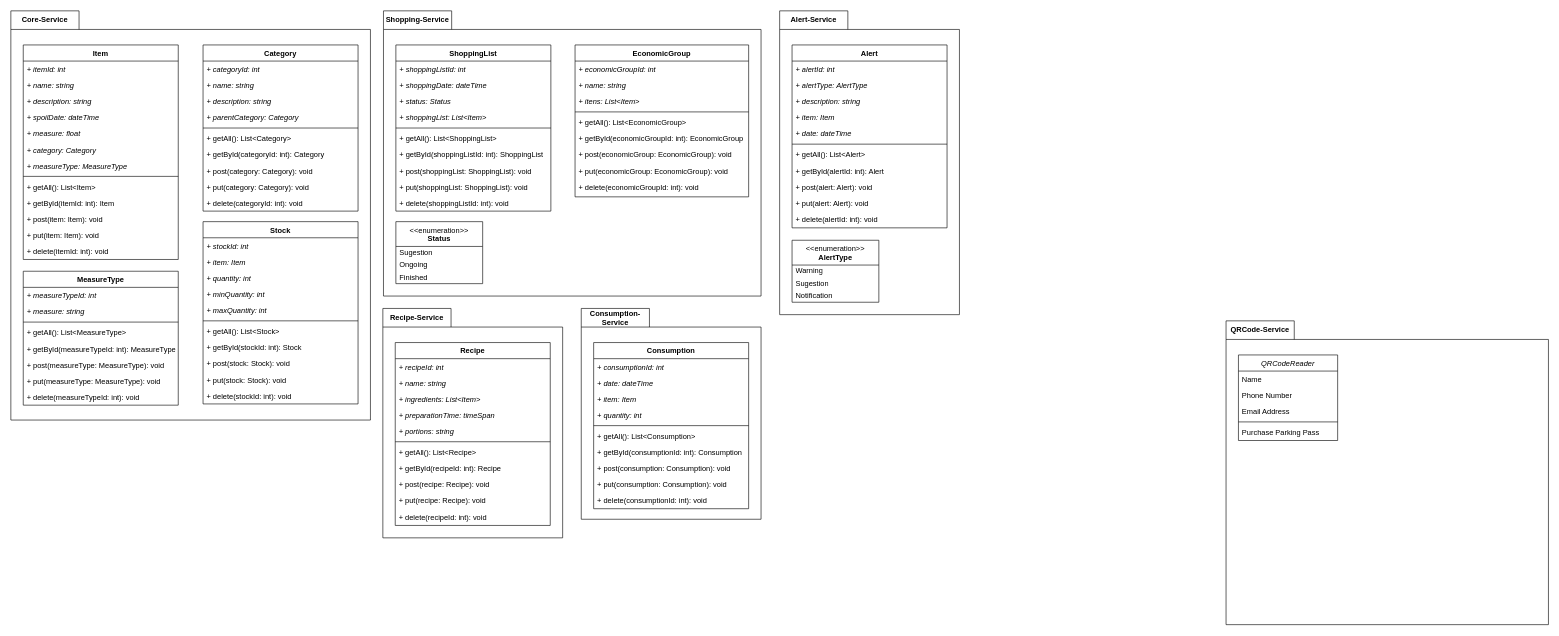
Earlier version of the draw.io diagram FoodStock - Class Diagram.drawio (Contii/FoodStock). Source tidied: cells renumbered, new cells numbered last; positions are measured from the earlier drawing's top-left corner, leaving out a move shared by most shapes. Both pictures are drawn from the tidied source at 62%, with x=0, y=0 at pixel (11, 11).
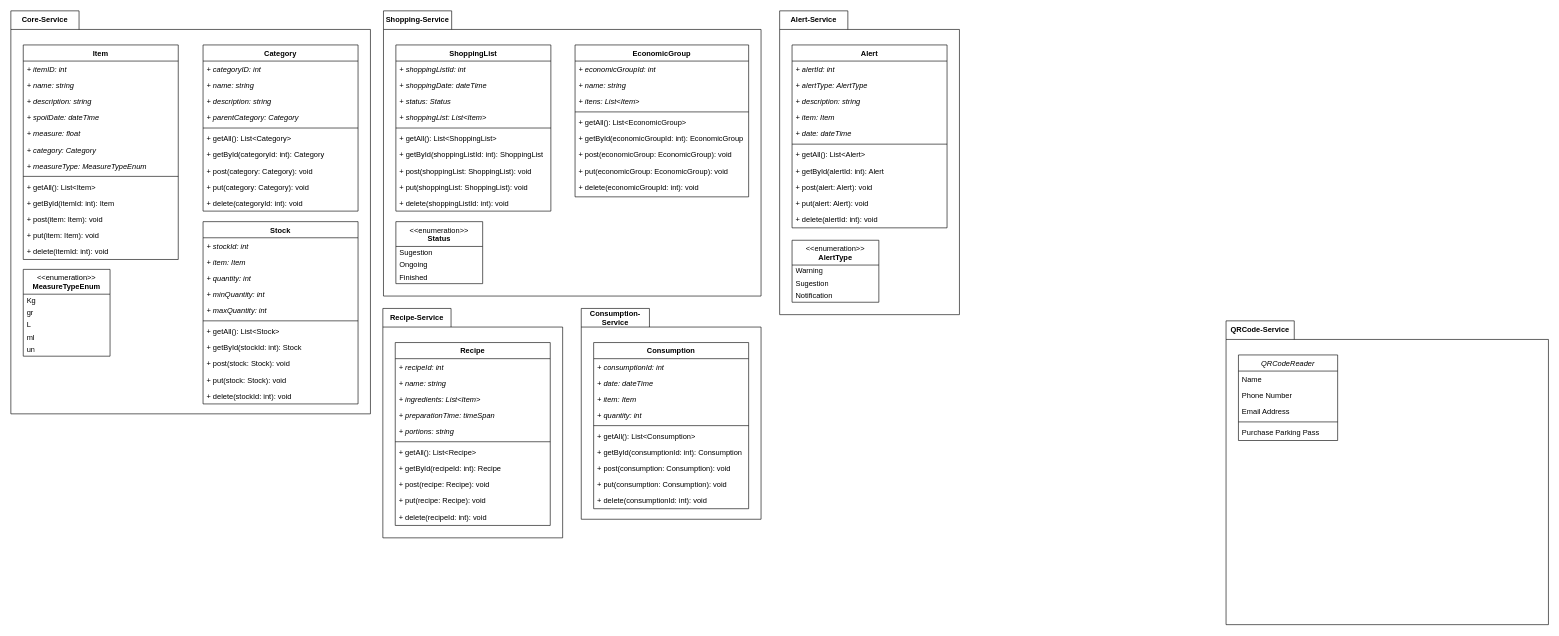
Above is the later version.

Commit message (it also covers changes not shown here):
Added Item class model.

The change refers to these unchanged cells:
```xml
<mxCell id="12" value="Item" style="swimlane;fontStyle=1;align=center;verticalAlign=top;horizontal=1;startSize=26;" parent="2" vertex="1">
  <mxGeometry x="20" y="55" width="250" height="346" as="geometry" />
</mxCell>
<mxCell id="26" value="Category" style="swimlane;fontStyle=1;align=center;verticalAlign=top;horizontal=1;startSize=26;" parent="2" vertex="1">
  <mxGeometry x="310" y="55" width="250" height="268" as="geometry" />
</mxCell>
```

What changed in the source:
```diff
@@
     <mxCell id="2" value="Core-Service" style="shape=folder;fontStyle=1;tabWidth=110;tabHeight=30;tabPosition=left;html=1;boundedLbl=1;labelInHeader=1;whiteSpace=wrap;" parent="1" vertex="1">
-      <mxGeometry width="580" height="660" as="geometry" />
+      <mxGeometry width="580" height="650" as="geometry" />
     </mxCell>
-    <mxCell id="3" value="MeasureType" style="swimlane;fontStyle=1;align=center;verticalAlign=top;horizontal=1;startSize=26;rounded=0;shadow=0;strokeWidth=1;" parent="2" vertex="1">
-      <mxGeometry x="20" y="420" width="250" height="216" as="geometry" />
-    </mxCell>
-    <mxCell id="4" value="+ measureTypeId: int" style="text;align=left;verticalAlign=top;spacingLeft=4;spacingRight=4;overflow=hidden;fontStyle=2;" parent="3" vertex="1">
-      <mxGeometry y="26" width="250" height="26" as="geometry" />
-    </mxCell>
-    <mxCell id="5" value="+ measure: string" style="text;align=left;verticalAlign=top;spacingLeft=4;spacingRight=4;overflow=hidden;fontStyle=2;" parent="3" vertex="1">
-      <mxGeometry y="52" width="250" height="26" as="geometry" />
-    </mxCell>
-    <mxCell id="6" style="line;html=1;strokeWidth=1;align=left;verticalAlign=middle;spacingTop=-1;spacingLeft=3;spacingRight=3;labelPosition=right;" parent="3" vertex="1">
-      <mxGeometry y="78" width="250" height="8" as="geometry" />
-    </mxCell>
-    <mxCell id="7" value="+ getAll(): List&lt;MeasureType&gt;" style="text;strokeColor=none;fillColor=none;align=left;verticalAlign=top;spacingLeft=4;spacingRight=4;overflow=hidden;" parent="3" vertex="1">
-      <mxGeometry y="86" width="250" height="26" as="geometry" />
-    </mxCell>
-    <mxCell id="8" value="+ getById(measureTypeId: int): MeasureType" style="text;strokeColor=none;fillColor=none;align=left;verticalAlign=top;spacingLeft=4;spacingRight=4;overflow=hidden;" parent="3" vertex="1">
-      <mxGeometry y="112" width="250" height="26" as="geometry" />
-    </mxCell>
-    <mxCell id="9" value="+ post(measureType: MeasureType): void" style="text;strokeColor=none;fillColor=none;align=left;verticalAlign=top;spacingLeft=4;spacingRight=4;overflow=hidden;" parent="3" vertex="1">
-      <mxGeometry y="138" width="250" height="26" as="geometry" />
-    </mxCell>
-    <mxCell id="10" value="+ put(measureType: MeasureType): void" style="text;strokeColor=none;fillColor=none;align=left;verticalAlign=top;spacingLeft=4;spacingRight=4;overflow=hidden;" parent="3" vertex="1">
-      <mxGeometry y="164" width="250" height="26" as="geometry" />
-    </mxCell>
-    <mxCell id="11" value="+ delete(measureTypeId: int): void" style="text;strokeColor=none;fillColor=none;align=left;verticalAlign=top;spacingLeft=4;spacingRight=4;overflow=hidden;" parent="3" vertex="1">
-      <mxGeometry y="190" width="250" height="26" as="geometry" />
-    </mxCell>
@@
-    <mxCell id="13" value="+ itemId: int" style="text;strokeColor=none;fillColor=none;align=left;verticalAlign=top;spacingLeft=4;spacingRight=4;overflow=hidden;fontStyle=2;" parent="12" vertex="1">
+    <mxCell id="13" value="+ itemID: int" style="text;strokeColor=none;fillColor=none;align=left;verticalAlign=top;spacingLeft=4;spacingRight=4;overflow=hidden;fontStyle=2;" parent="12" vertex="1">
       <mxGeometry y="26" width="250" height="26" as="geometry" />
     </mxCell>
@@
-    <mxCell id="19" value="+ measureType: MeasureType" style="text;strokeColor=none;fillColor=none;align=left;verticalAlign=top;spacingLeft=4;spacingRight=4;overflow=hidden;fontStyle=2;" parent="12" vertex="1">
+    <mxCell id="19" value="+ measureType: MeasureTypeEnum" style="text;strokeColor=none;fillColor=none;align=left;verticalAlign=top;spacingLeft=4;spacingRight=4;overflow=hidden;fontStyle=2;" parent="12" vertex="1">
       <mxGeometry y="182" width="250" height="26" as="geometry" />
     </mxCell>
@@
-    <mxCell id="27" value="+ categoryId: int" style="text;strokeColor=none;fillColor=none;align=left;verticalAlign=top;spacingLeft=4;spacingRight=4;overflow=hidden;fontStyle=2;" parent="26" vertex="1">
+    <mxCell id="27" value="+ categoryID: int" style="text;strokeColor=none;fillColor=none;align=left;verticalAlign=top;spacingLeft=4;spacingRight=4;overflow=hidden;fontStyle=2;" parent="26" vertex="1">
       <mxGeometry y="26" width="250" height="26" as="geometry" />
     </mxCell>
@@
+    <mxCell id="124" value="&amp;lt;&amp;lt;enumeration&amp;gt;&amp;gt;&lt;br&gt;&lt;b&gt;MeasureTypeEnum&lt;/b&gt;" style="swimlane;fontStyle=0;align=center;verticalAlign=top;horizontal=1;startSize=40;html=1;whiteSpace=wrap;" parent="2" vertex="1">
+      <mxGeometry x="20" y="417" width="140" height="140" as="geometry" />
+    </mxCell>
+    <mxCell id="125" value="Kg" style="text;html=1;strokeColor=none;fillColor=none;align=left;verticalAlign=middle;spacingLeft=4;spacingRight=4;overflow=hidden;whiteSpace=wrap;" parent="124" vertex="1">
+      <mxGeometry y="40" width="140" height="20" as="geometry" />
+    </mxCell>
+    <mxCell id="126" value="gr" style="text;html=1;strokeColor=none;fillColor=none;align=left;verticalAlign=middle;spacingLeft=4;spacingRight=4;overflow=hidden;whiteSpace=wrap;" parent="124" vertex="1">
+      <mxGeometry y="60" width="140" height="20" as="geometry" />
+    </mxCell>
+    <mxCell id="127" value="L" style="text;html=1;strokeColor=none;fillColor=none;align=left;verticalAlign=middle;spacingLeft=4;spacingRight=4;overflow=hidden;whiteSpace=wrap;" parent="124" vertex="1">
+      <mxGeometry y="80" width="140" height="20" as="geometry" />
+    </mxCell>
+    <mxCell id="128" value="ml" style="text;html=1;strokeColor=none;fillColor=none;align=left;verticalAlign=middle;spacingLeft=4;spacingRight=4;overflow=hidden;whiteSpace=wrap;" parent="124" vertex="1">
+      <mxGeometry y="100" width="140" height="20" as="geometry" />
+    </mxCell>
+    <mxCell id="129" value="un" style="text;html=1;strokeColor=none;fillColor=none;align=left;verticalAlign=middle;spacingLeft=4;spacingRight=4;overflow=hidden;whiteSpace=wrap;" parent="124" vertex="1">
+      <mxGeometry y="120" width="140" height="20" as="geometry" />
+    </mxCell>
```
